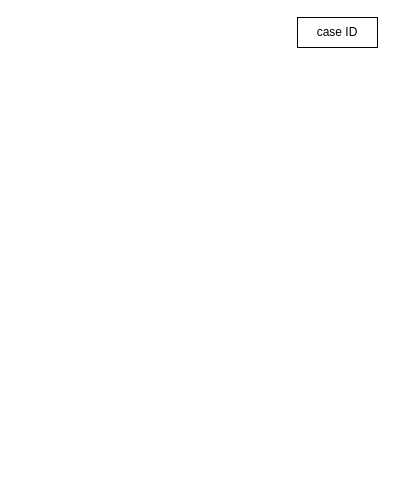
Before: 编译原理/ID.drawio in AgentGuo/flow_chart, a draw.io diagram. Source tidied: cells renumbered, new cells numbered last; positions are measured from the earlier drawing's top-left corner, leaving out a move shared by most shapes. Both pictures are drawn from the tidied source at 100%, with x=0, y=0 at pixel (297, 17).
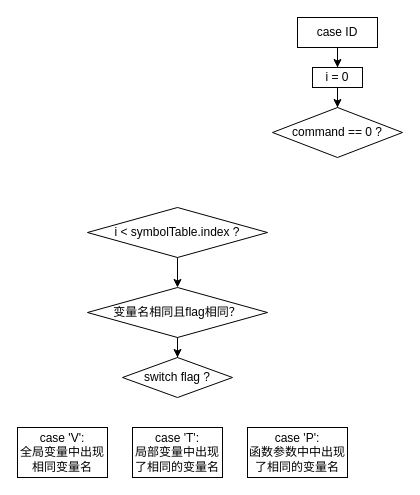
After the change.

The edit, as a diff of the source:
```diff
@@
 <mxGraphModel>
   <root>
     <mxCell id="0" />
     <mxCell id="1" parent="0" />
+    <mxCell id="3" style="edgeStyle=orthogonalEdgeStyle;rounded=0;jettySize=auto;html=1;" parent="1" edge="1" source="2" target="5">
+      <mxGeometry relative="1" as="geometry" />
+    </mxCell>
     <mxCell id="2" value="case ID" style="rounded=0;whiteSpace=wrap;html=1;" parent="1" vertex="1">
       <mxGeometry width="80" height="30" as="geometry" />
     </mxCell>
+    <mxCell id="4" style="edgeStyle=orthogonalEdgeStyle;rounded=0;jettySize=auto;html=1;" parent="1" edge="1" source="5" target="6">
+      <mxGeometry relative="1" as="geometry" />
+    </mxCell>
+    <mxCell id="5" value="i = 0" style="rounded=0;whiteSpace=wrap;html=1;" parent="1" vertex="1">
+      <mxGeometry x="15" y="50" width="50" height="20" as="geometry" />
+    </mxCell>
+    <mxCell id="6" value="command == 0 ?" style="rhombus;whiteSpace=wrap;html=1;" parent="1" vertex="1">
+      <mxGeometry x="-25" y="90" width="130" height="50" as="geometry" />
+    </mxCell>
+    <mxCell id="7" style="edgeStyle=orthogonalEdgeStyle;rounded=0;jettySize=auto;html=1;" parent="1" edge="1" source="8" target="10">
+      <mxGeometry relative="1" as="geometry" />
+    </mxCell>
+    <mxCell id="8" value="i &amp;lt;&amp;nbsp;symbolTable.index ?" style="rhombus;whiteSpace=wrap;html=1;" parent="1" vertex="1">
+      <mxGeometry x="-210" y="190" width="180" height="50" as="geometry" />
+    </mxCell>
+    <mxCell id="9" style="edgeStyle=orthogonalEdgeStyle;rounded=0;jettySize=auto;html=1;" parent="1" edge="1" source="10" target="11">
+      <mxGeometry relative="1" as="geometry" />
+    </mxCell>
+    <mxCell id="10" value="变量名相同且flag相同？" style="rhombus;whiteSpace=wrap;html=1;" parent="1" vertex="1">
+      <mxGeometry x="-210" y="270" width="180" height="50" as="geometry" />
+    </mxCell>
+    <mxCell id="11" value="switch flag ?" style="rhombus;whiteSpace=wrap;html=1;" parent="1" vertex="1">
+      <mxGeometry x="-175" y="340" width="110" height="40" as="geometry" />
+    </mxCell>
+    <mxCell id="12" value="case 'V':&lt;br&gt;全局变量中出现相同变量名" style="rounded=0;whiteSpace=wrap;html=1;" parent="1" vertex="1">
+      <mxGeometry x="-280" y="410" width="90" height="50" as="geometry" />
+    </mxCell>
+    <mxCell id="13" value="case 'T':&lt;br&gt;局部变量中出现了相同的变量名" style="rounded=0;whiteSpace=wrap;html=1;" parent="1" vertex="1">
+      <mxGeometry x="-165" y="410" width="90" height="50" as="geometry" />
+    </mxCell>
+    <mxCell id="14" value="case 'P':&lt;br&gt;函数参数中中出现了相同的变量名" style="rounded=0;whiteSpace=wrap;html=1;" parent="1" vertex="1">
+      <mxGeometry x="-50" y="410" width="100" height="50" as="geometry" />
+    </mxCell>
   </root>
 </mxGraphModel>
```
